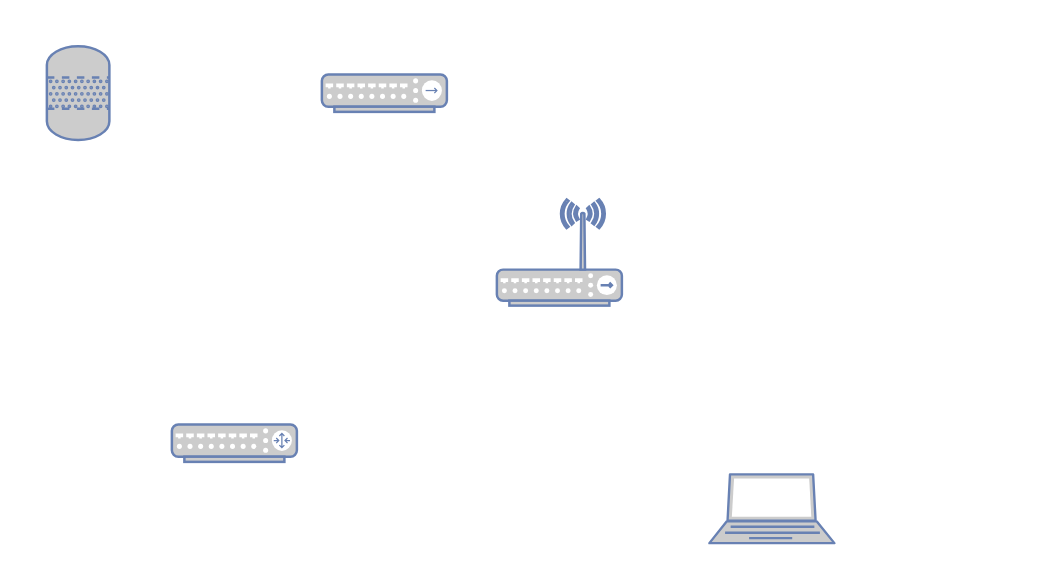
Earlier version of the draw.io diagram network/Untitled Diagram.drawio (EvanDbg/draw.io). Source tidied: cells renumbered, new cells numbered last; positions are measured from the earlier drawing's top-left corner, leaving out a move shared by most shapes. Both pictures are drawn from the tidied source at 125%, with x=0, y=0 at pixel (46, 46).
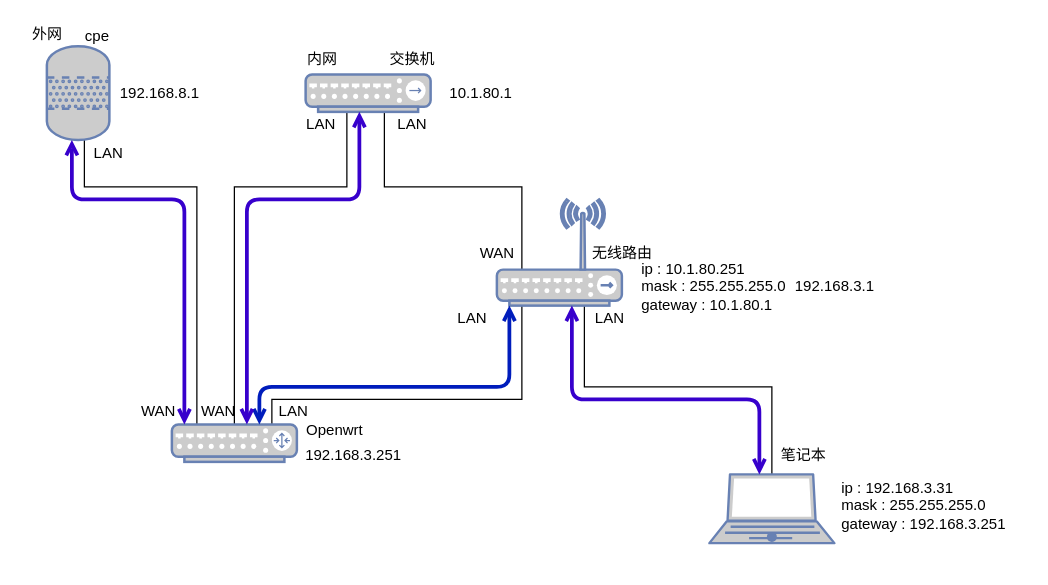
The same page after the edit.

The change refers to these unchanged cells:
```xml
<mxCell id="2" style="fontColor=#0066CC;verticalAlign=top;verticalLabelPosition=bottom;labelPosition=center;align=center;html=1;outlineConnect=0;fillColor=#CCCCCC;strokeColor=#6881B3;gradientColor=none;gradientDirection=north;strokeWidth=2;shape=mxgraph.networks.laptop;" parent="1" vertex="1">
  <mxGeometry x="530" y="342" width="100" height="55" as="geometry" />
</mxCell>
<mxCell id="4" style="fontColor=#0066CC;verticalAlign=top;verticalLabelPosition=bottom;labelPosition=center;align=center;html=1;outlineConnect=0;fillColor=#CCCCCC;strokeColor=#6881B3;gradientColor=none;gradientDirection=north;strokeWidth=2;shape=mxgraph.networks.router;" parent="1" vertex="1">
  <mxGeometry x="100" y="302" width="100" height="30" as="geometry" />
</mxCell>
<mxCell id="5" style="fontColor=#0066CC;verticalAlign=top;verticalLabelPosition=bottom;labelPosition=center;align=center;html=1;outlineConnect=0;fillColor=#CCCCCC;strokeColor=#6881B3;gradientColor=none;gradientDirection=north;strokeWidth=2;shape=mxgraph.networks.wireless_hub;" parent="1" vertex="1">
  <mxGeometry x="360" y="122" width="100" height="85" as="geometry" />
</mxCell>
<mxCell id="6" style="verticalLabelPosition=bottom;outlineConnect=0;align=center;dashed=0;html=1;verticalAlign=top;shape=mxgraph.pid2misc.column;columnType=fluid;strokeColor=#6881B3;fillColor=#CCCCCC;strokeWidth=2;" parent="1" vertex="1">
  <mxGeometry y="-0.5" width="50" height="75" as="geometry" />
</mxCell>
```

Change to the diagram source:
```diff
@@
+    <mxCell id="7" style="edgeStyle=orthogonalEdgeStyle;rounded=0;jettySize=auto;html=1;" parent="1" edge="1" source="4" target="8">
+      <mxGeometry relative="1" as="geometry">
+        <Array as="points">
+          <mxPoint x="150" y="112" />
+          <mxPoint x="240" y="112" />
+        </Array>
+      </mxGeometry>
+    </mxCell>
+    <mxCell id="8" style="shape=waypoint;sketch=0;size=6;points=[];fillColor=#CCCCCC;perimeter=centerPerimeter;snapToPoint=1;verticalAlign=top;strokeColor=#6881B3;fontColor=#0066CC;gradientColor=none;gradientDirection=north;strokeWidth=2;" parent="1" vertex="1">
+      <mxGeometry x="220" y="22" width="40" height="40" as="geometry" />
+    </mxCell>
+    <mxCell id="9" style="shape=waypoint;sketch=0;size=6;points=[];fillColor=#CCCCCC;perimeter=centerPerimeter;snapToPoint=1;verticalAlign=top;strokeColor=#6881B3;fontColor=#0066CC;gradientColor=none;gradientDirection=north;strokeWidth=2;" parent="1" vertex="1">
+      <mxGeometry x="360" y="167" width="40" height="40" as="geometry" />
+    </mxCell>
+    <mxCell id="10" style="shape=waypoint;sketch=0;size=6;points=[];fillColor=#CCCCCC;perimeter=centerPerimeter;snapToPoint=1;verticalAlign=top;strokeColor=#6881B3;fontColor=#0066CC;gradientColor=none;gradientDirection=north;strokeWidth=2;" parent="1" vertex="1">
+      <mxGeometry x="360" y="167" width="40" height="40" as="geometry" />
+    </mxCell>
+    <mxCell id="11" style="shape=waypoint;sketch=0;size=6;points=[];fillColor=#CCCCCC;perimeter=centerPerimeter;snapToPoint=1;verticalAlign=top;strokeColor=#6881B3;dashed=0;strokeWidth=2;" parent="1" vertex="1">
+      <mxGeometry x="100" y="297" width="40" height="40" as="geometry" />
+    </mxCell>
+    <mxCell id="12" style="edgeStyle=orthogonalEdgeStyle;rounded=0;jettySize=auto;html=1;" parent="1" edge="1" source="6" target="11">
+      <mxGeometry relative="1" as="geometry">
+        <Array as="points">
+          <mxPoint x="30" y="112" />
+          <mxPoint x="120" y="112" />
+        </Array>
+      </mxGeometry>
+    </mxCell>
+    <mxCell id="13" style="edgeStyle=orthogonalEdgeStyle;rounded=0;jettySize=auto;html=1;" parent="1" edge="1" source="5">
+      <mxGeometry relative="1" as="geometry">
+        <mxPoint x="580" y="362" as="targetPoint" />
+        <Array as="points">
+          <mxPoint x="430" y="272" />
+          <mxPoint x="580" y="272" />
+        </Array>
+      </mxGeometry>
+    </mxCell>
@@
+    <mxCell id="14" style="edgeStyle=orthogonalEdgeStyle;rounded=0;jettySize=auto;html=1;exitX=0.5;exitY=1;exitDx=0;exitDy=0;exitPerimeter=0;" parent="1" edge="1" source="3" target="9">
+      <mxGeometry relative="1" as="geometry">
+        <Array as="points">
+          <mxPoint x="270" y="52" />
+          <mxPoint x="270" y="112" />
+          <mxPoint x="380" y="112" />
+        </Array>
+      </mxGeometry>
+    </mxCell>
     <mxCell id="3" style="fontColor=#0066CC;verticalAlign=top;verticalLabelPosition=bottom;labelPosition=center;align=center;html=1;outlineConnect=0;fillColor=#CCCCCC;strokeColor=#6881B3;gradientColor=none;gradientDirection=north;strokeWidth=2;shape=mxgraph.networks.hub;" parent="1" vertex="1">
-      <mxGeometry x="220" y="22" width="100" height="30" as="geometry" />
+      <mxGeometry x="207" y="22" width="100" height="30" as="geometry" />
     </mxCell>
+    <mxCell id="15" style="edgeStyle=orthogonalEdgeStyle;rounded=0;jettySize=auto;html=1;exitX=1;exitY=0.5;exitDx=0;exitDy=0;exitPerimeter=0;" parent="1" edge="1" source="4" target="10">
+      <mxGeometry relative="1" as="geometry">
+        <Array as="points">
+          <mxPoint x="180" y="317" />
+          <mxPoint x="180" y="282" />
+          <mxPoint x="380" y="282" />
+        </Array>
+      </mxGeometry>
+    </mxCell>
@@
+    <mxCell id="16" style="shape=waypoint;sketch=0;size=6;fillColor=#CCCCCC;perimeter=centerPerimeter;verticalAlign=top;strokeColor=#6881B3;fontColor=#0066CC;gradientColor=none;gradientDirection=north;strokeWidth=2;" parent="1" vertex="1">
+      <mxGeometry x="560" y="372" width="40" height="40" as="geometry" />
+    </mxCell>
+    <mxCell id="17" value="交换机" style="text;html=1;align=center;verticalAlign=middle;strokeColor=none;fillColor=none;" parent="1" vertex="1">
+      <mxGeometry x="267" y="-0.5" width="50" height="20" as="geometry" />
+    </mxCell>
+    <mxCell id="18" value="cpe" style="text;html=1;align=center;verticalAlign=middle;strokeColor=none;fillColor=none;" parent="1" vertex="1">
+      <mxGeometry x="20" y="-18" width="40" height="20" as="geometry" />
+    </mxCell>
+    <mxCell id="19" value="无线路由" style="text;html=1;align=center;verticalAlign=middle;strokeColor=none;fillColor=none;" parent="1" vertex="1">
+      <mxGeometry x="430" y="154.5" width="60" height="20" as="geometry" />
+    </mxCell>
+    <mxCell id="20" value="笔记本" style="text;html=1;align=center;verticalAlign=middle;strokeColor=none;fillColor=none;" parent="1" vertex="1">
+      <mxGeometry x="580" y="317" width="50" height="20" as="geometry" />
+    </mxCell>
+    <mxCell id="21" value="Openwrt" style="text;html=1;align=center;verticalAlign=middle;strokeColor=none;fillColor=none;" parent="1" vertex="1">
+      <mxGeometry x="200" y="297" width="60" height="20" as="geometry" />
+    </mxCell>
+    <mxCell id="22" value="ip : 192.168.3.31&lt;br&gt;mask : 255.255.255.0&lt;br&gt;gateway : 192.168.3.251" style="text;html=1;align=left;verticalAlign=middle;strokeColor=none;fillColor=none;" parent="1" vertex="1">
+      <mxGeometry x="634" y="342" width="150" height="50" as="geometry" />
+    </mxCell>
+    <mxCell id="23" value="LAN" style="text;html=1;align=center;verticalAlign=middle;strokeColor=none;fillColor=none;" parent="1" vertex="1">
+      <mxGeometry x="320" y="207" width="40" height="20" as="geometry" />
+    </mxCell>
+    <mxCell id="24" value="LAN" style="text;html=1;align=center;verticalAlign=middle;strokeColor=none;fillColor=none;" parent="1" vertex="1">
+      <mxGeometry x="430" y="207" width="40" height="20" as="geometry" />
+    </mxCell>
+    <mxCell id="25" value="WAN" style="text;html=1;align=center;verticalAlign=middle;strokeColor=none;fillColor=none;" parent="1" vertex="1">
+      <mxGeometry x="340" y="154.5" width="40" height="20" as="geometry" />
+    </mxCell>
+    <mxCell id="26" value="LAN" style="text;html=1;align=center;verticalAlign=middle;strokeColor=none;fillColor=none;" parent="1" vertex="1">
+      <mxGeometry x="177" y="282" width="40" height="20" as="geometry" />
+    </mxCell>
+    <mxCell id="27" value="WAN" style="text;html=1;align=center;verticalAlign=middle;strokeColor=none;fillColor=none;" parent="1" vertex="1">
+      <mxGeometry x="69" y="282" width="40" height="20" as="geometry" />
+    </mxCell>
+    <mxCell id="28" value="WAN" style="text;html=1;align=center;verticalAlign=middle;strokeColor=none;fillColor=none;" parent="1" vertex="1">
+      <mxGeometry x="117" y="282" width="40" height="20" as="geometry" />
+    </mxCell>
+    <mxCell id="29" value="ip : 10.1.80.251&lt;br&gt;mask : 255.255.255.0&lt;br&gt;gateway : 10.1.80.1" style="text;html=1;align=left;verticalAlign=middle;strokeColor=none;fillColor=none;" parent="1" vertex="1">
+      <mxGeometry x="474" y="167" width="130" height="50" as="geometry" />
+    </mxCell>
+    <mxCell id="30" value="192.168.8.1" style="text;html=1;align=center;verticalAlign=middle;strokeColor=none;fillColor=none;" parent="1" vertex="1">
+      <mxGeometry x="50" y="27" width="80" height="20" as="geometry" />
+    </mxCell>
+    <mxCell id="31" value="10.1.80.1" style="text;html=1;align=center;verticalAlign=middle;strokeColor=none;fillColor=none;" parent="1" vertex="1">
+      <mxGeometry x="312" y="27" width="70" height="20" as="geometry" />
+    </mxCell>
+    <mxCell id="32" value="192.168.3.1" style="text;html=1;align=center;verticalAlign=middle;strokeColor=none;fillColor=none;" parent="1" vertex="1">
+      <mxGeometry x="590" y="182" width="80" height="20" as="geometry" />
+    </mxCell>
+    <mxCell id="33" value="192.168.3.251" style="text;html=1;align=center;verticalAlign=middle;strokeColor=none;fillColor=none;" parent="1" vertex="1">
+      <mxGeometry x="200" y="317" width="90" height="20" as="geometry" />
+    </mxCell>
+    <mxCell id="34" style="edgeStyle=orthogonalEdgeStyle;rounded=1;jettySize=auto;html=1;endArrow=open;endFill=0;startArrow=open;startFill=0;strokeWidth=3;fillColor=#6a00ff;strokeColor=#3700CC;" parent="1" edge="1" source="5" target="2">
+      <mxGeometry relative="1" as="geometry">
+        <Array as="points">
+          <mxPoint x="420" y="282" />
+          <mxPoint x="570" y="282" />
+        </Array>
+      </mxGeometry>
+    </mxCell>
+    <mxCell id="35" style="edgeStyle=orthogonalEdgeStyle;rounded=1;jettySize=auto;html=1;startArrow=open;startFill=0;endArrow=open;endFill=0;fillColor=#0050ef;strokeColor=#001DBC;strokeWidth=3;" parent="1" edge="1" source="4" target="5">
+      <mxGeometry relative="1" as="geometry">
+        <Array as="points">
+          <mxPoint x="170" y="272" />
+          <mxPoint x="370" y="272" />
+        </Array>
+      </mxGeometry>
+    </mxCell>
+    <mxCell id="36" style="edgeStyle=orthogonalEdgeStyle;rounded=1;orthogonalLoop=1;jettySize=auto;html=1;startArrow=open;startFill=0;endArrow=open;endFill=0;fillColor=#6a00ff;strokeColor=#3700CC;strokeWidth=3;" parent="1" edge="1">
+      <mxGeometry relative="1" as="geometry">
+        <mxPoint x="160" y="302" as="sourcePoint" />
+        <mxPoint x="250" y="52" as="targetPoint" />
+        <Array as="points">
+          <mxPoint x="160" y="122" />
+          <mxPoint x="250" y="122" />
+        </Array>
+      </mxGeometry>
+    </mxCell>
+    <mxCell id="37" style="edgeStyle=orthogonalEdgeStyle;jettySize=auto;html=1;startArrow=open;startFill=0;endArrow=open;endFill=0;fillColor=#6a00ff;strokeColor=#3700CC;rounded=1;strokeWidth=3;" parent="1" edge="1" source="6" target="4">
+      <mxGeometry relative="1" as="geometry">
+        <Array as="points">
+          <mxPoint x="20" y="122" />
+          <mxPoint x="110" y="122" />
+        </Array>
+      </mxGeometry>
+    </mxCell>
+    <mxCell id="38" value="LAN" style="text;html=1;align=center;verticalAlign=middle;strokeColor=none;fillColor=none;" parent="1" vertex="1">
+      <mxGeometry x="199" y="52" width="40" height="20" as="geometry" />
+    </mxCell>
+    <mxCell id="39" value="LAN" style="text;html=1;align=center;verticalAlign=middle;strokeColor=none;fillColor=none;" parent="1" vertex="1">
+      <mxGeometry x="272" y="52" width="40" height="20" as="geometry" />
+    </mxCell>
+    <mxCell id="40" value="LAN" style="text;html=1;align=center;verticalAlign=middle;strokeColor=none;fillColor=none;" parent="1" vertex="1">
+      <mxGeometry x="29" y="74.5" width="40" height="20" as="geometry" />
+    </mxCell>
+    <mxCell id="41" value="外网" style="text;html=1;align=center;verticalAlign=middle;strokeColor=none;fillColor=none;" parent="1" vertex="1">
+      <mxGeometry x="-20" y="-20.5" width="40" height="20" as="geometry" />
+    </mxCell>
+    <mxCell id="42" value="内网" style="text;html=1;align=center;verticalAlign=middle;strokeColor=none;fillColor=none;" parent="1" vertex="1">
+      <mxGeometry x="200" y="-0.5" width="40" height="20" as="geometry" />
+    </mxCell>
```
